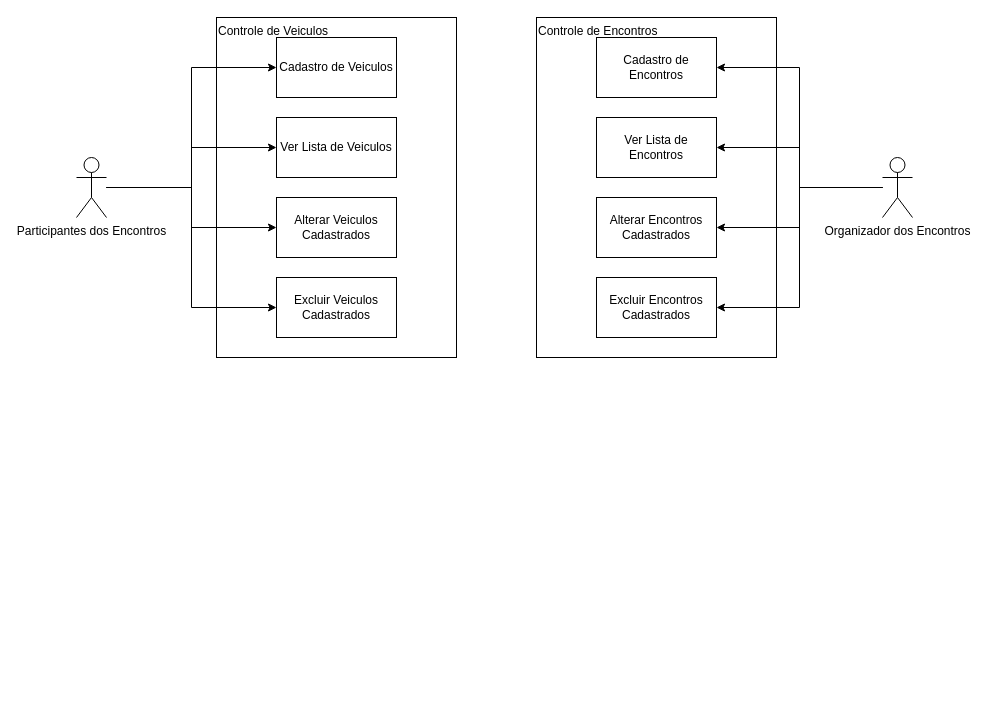
This is page "Diagrama de Casos de Uso" (1 of 2) of Diagramas.drawio from EdsonDoro/Encontro-de-Carros-Antigos, a draw.io file, before an edit. Source tidied: cells renumbered, new cells numbered last; positions are measured from the earlier drawing's top-left corner, leaving out a move shared by most shapes. Both pictures are drawn from the tidied source at 100%, with x=0, y=0 at pixel (76, 17).
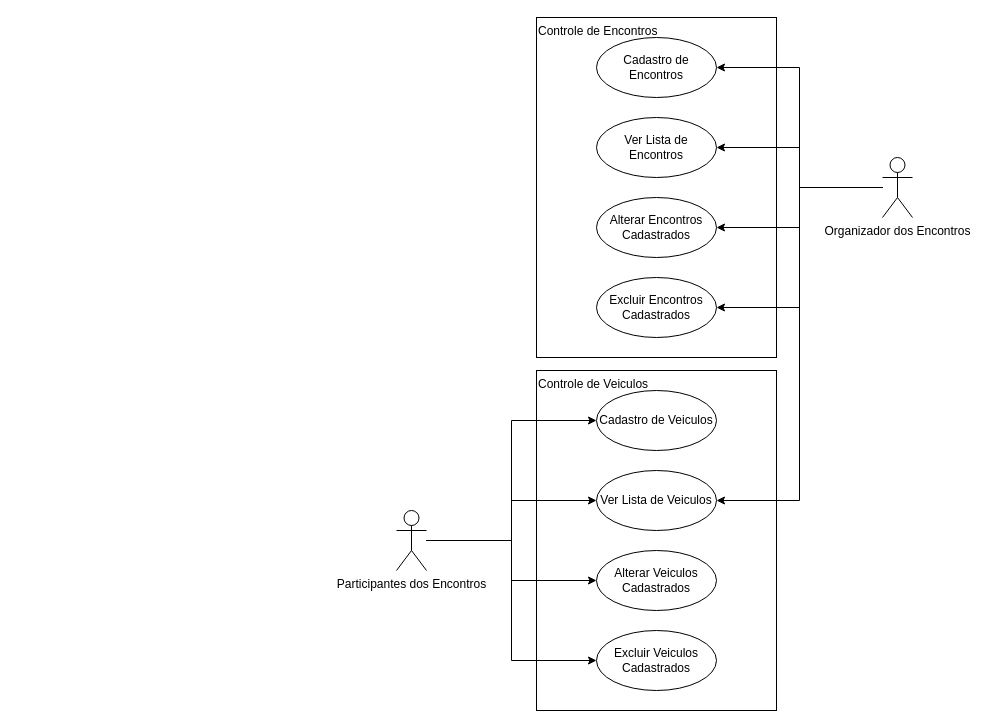
Above is the later version.

The change refers to these unchanged cells:
```xml
<mxCell id="17" value="Organizador dos Encontros" style="shape=umlActor;verticalLabelPosition=bottom;verticalAlign=top;html=1;outlineConnect=0;" parent="1" vertex="1">
  <mxGeometry x="806" y="140" width="30" height="60" as="geometry" />
</mxCell>
```

The edit, as a diff of the source:
```diff
@@
     <mxCell id="5" value="Controle de Veiculos" style="rounded=0;whiteSpace=wrap;html=1;fillColor=none;align=left;verticalAlign=top;" parent="1" vertex="1">
-      <mxGeometry x="140" width="240" height="340" as="geometry" />
+      <mxGeometry x="460" y="353" width="240" height="340" as="geometry" />
     </mxCell>
@@
     <mxCell id="7" value="Participantes dos Encontros" style="shape=umlActor;verticalLabelPosition=bottom;verticalAlign=top;html=1;outlineConnect=0;" parent="1" vertex="1">
-      <mxGeometry y="140" width="30" height="60" as="geometry" />
+      <mxGeometry x="320" y="493" width="30" height="60" as="geometry" />
     </mxCell>
-    <mxCell id="8" value="Cadastro de Veiculos" style="rounded=0;whiteSpace=wrap;html=1;" parent="1" vertex="1">
-      <mxGeometry x="200" y="20" width="120" height="60" as="geometry" />
+    <mxCell id="8" value="Cadastro de Veiculos" style="ellipse;whiteSpace=wrap;html=1;" parent="1" vertex="1">
+      <mxGeometry x="520" y="373" width="120" height="60" as="geometry" />
     </mxCell>
-    <mxCell id="9" value="Ver Lista de Veiculos" style="rounded=0;whiteSpace=wrap;html=1;" parent="1" vertex="1">
-      <mxGeometry x="200" y="100" width="120" height="60" as="geometry" />
+    <mxCell id="9" value="Ver Lista de Veiculos" style="ellipse;whiteSpace=wrap;html=1;" parent="1" vertex="1">
+      <mxGeometry x="520" y="453" width="120" height="60" as="geometry" />
     </mxCell>
-    <mxCell id="10" value="Alterar Veiculos Cadastrados" style="rounded=0;whiteSpace=wrap;html=1;" parent="1" vertex="1">
-      <mxGeometry x="200" y="180" width="120" height="60" as="geometry" />
+    <mxCell id="10" value="Alterar Veiculos Cadastrados" style="ellipse;whiteSpace=wrap;html=1;" parent="1" vertex="1">
+      <mxGeometry x="520" y="533" width="120" height="60" as="geometry" />
     </mxCell>
-    <mxCell id="11" value="Excluir Veiculos Cadastrados" style="rounded=0;whiteSpace=wrap;html=1;" parent="1" vertex="1">
-      <mxGeometry x="200" y="260" width="120" height="60" as="geometry" />
+    <mxCell id="11" value="Excluir Veiculos Cadastrados" style="ellipse;whiteSpace=wrap;html=1;" parent="1" vertex="1">
+      <mxGeometry x="520" y="613" width="120" height="60" as="geometry" />
     </mxCell>
@@
+    <mxCell id="22" style="edgeStyle=orthogonalEdgeStyle;rounded=0;jettySize=auto;html=1;entryX=1;entryY=0.5;entryDx=0;entryDy=0;" parent="1" edge="1" source="17" target="9">
+      <mxGeometry relative="1" as="geometry" />
+    </mxCell>
@@
-    <mxCell id="18" value="Cadastro de Encontros" style="rounded=0;whiteSpace=wrap;html=1;" parent="1" vertex="1">
+    <mxCell id="18" value="Cadastro de Encontros" style="ellipse;whiteSpace=wrap;html=1;" parent="1" vertex="1">
       <mxGeometry x="520" y="20" width="120" height="60" as="geometry" />
     </mxCell>
-    <mxCell id="19" value="Ver Lista de Encontros" style="rounded=0;whiteSpace=wrap;html=1;" parent="1" vertex="1">
+    <mxCell id="19" value="Ver Lista de Encontros" style="ellipse;whiteSpace=wrap;html=1;" parent="1" vertex="1">
       <mxGeometry x="520" y="100" width="120" height="60" as="geometry" />
     </mxCell>
-    <mxCell id="20" value="Alterar Encontros&lt;br&gt;Cadastrados" style="rounded=0;whiteSpace=wrap;html=1;" parent="1" vertex="1">
+    <mxCell id="20" value="Alterar Encontros&lt;br&gt;Cadastrados" style="ellipse;whiteSpace=wrap;html=1;" parent="1" vertex="1">
       <mxGeometry x="520" y="180" width="120" height="60" as="geometry" />
     </mxCell>
-    <mxCell id="21" value="Excluir Encontros Cadastrados" style="rounded=0;whiteSpace=wrap;html=1;" parent="1" vertex="1">
+    <mxCell id="21" value="Excluir Encontros Cadastrados" style="ellipse;whiteSpace=wrap;html=1;" parent="1" vertex="1">
       <mxGeometry x="520" y="260" width="120" height="60" as="geometry" />
     </mxCell>
```
